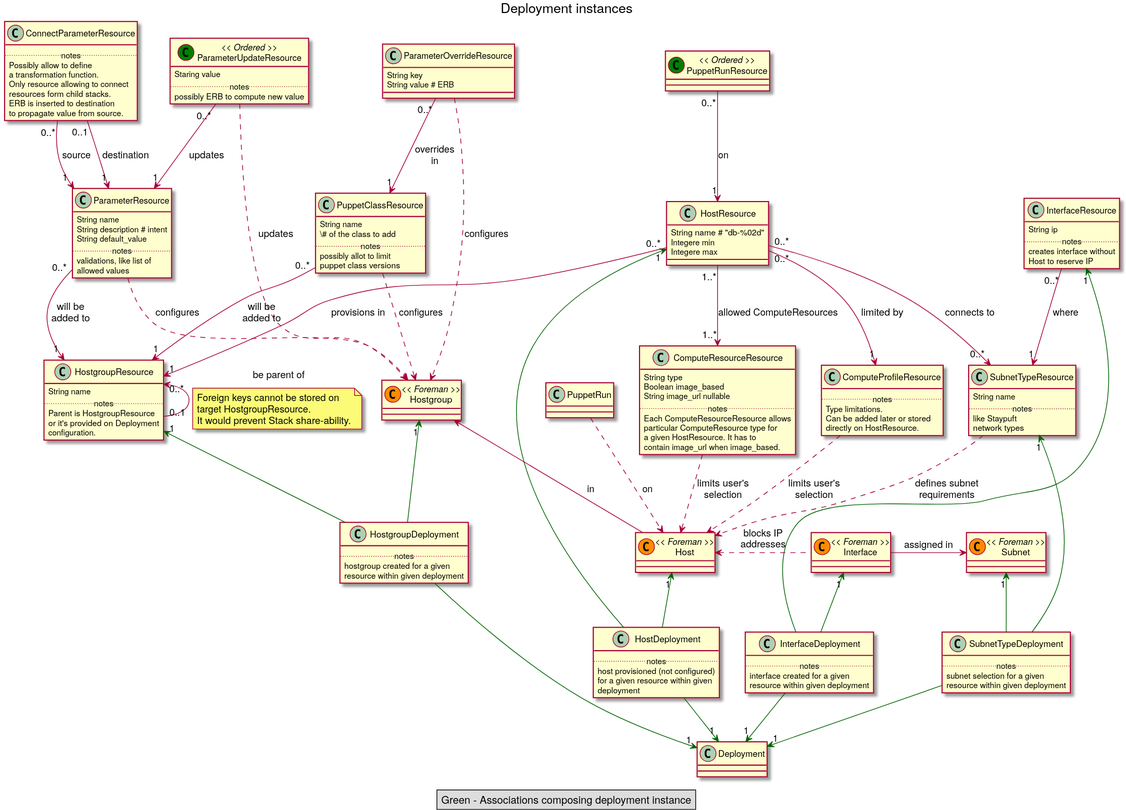
Before: doc/model/deployment.svg, a diagram exported from PlantUML (theforeman/foreman). Its source is kept beside it as doc/model/deployment.puml.
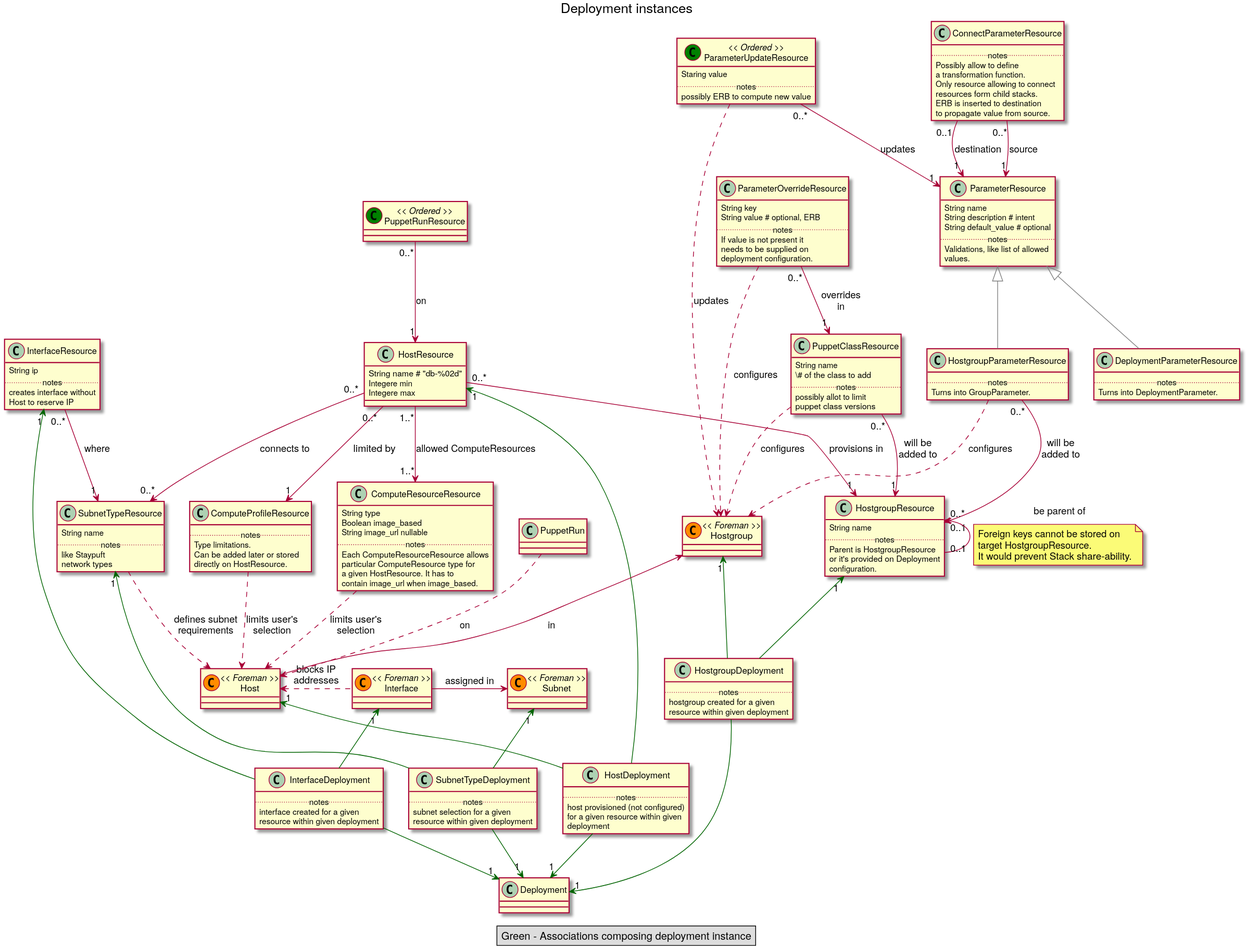
Later version of the same file.

Diff of the diagram source:
```diff
@@ -25,7 +25,7 @@
 HostgroupDeployment -up[#DEPLOYCOLOR]-> "1" Hostgroup
 HostgroupDeployment -up[#DEPLOYCOLOR]-> "1" HostgroupResource
 
-ParameterResource ..> Hostgroup : configures
+HostgroupParameterResource ..> Hostgroup : configures
 ParameterOverrideResource ..> Hostgroup : configures
 PuppetClassResource ..> Hostgroup : configures
 ComputeResourceResource ..> Host : limits user's\nselection
```
